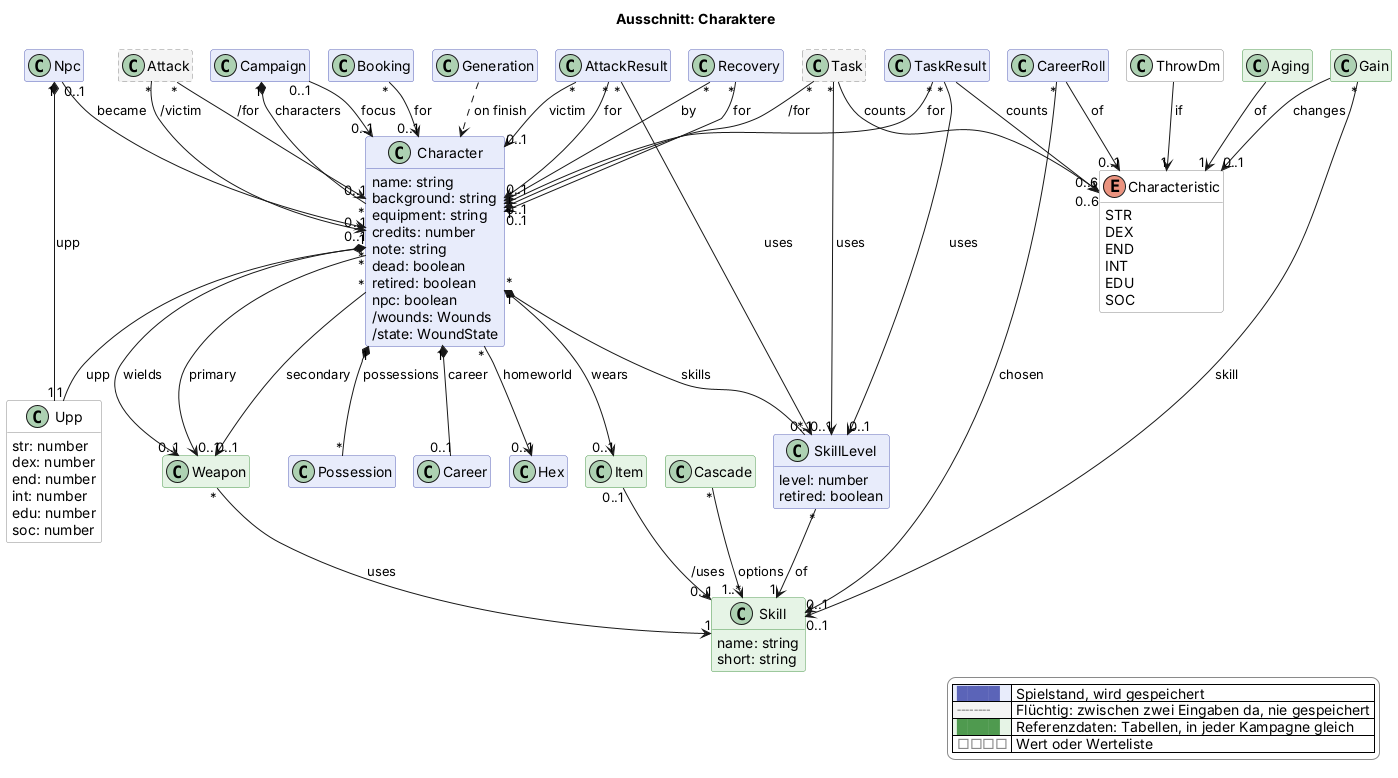
Before: docs/views/charakter.png, a diagram exported from PlantUML (scuzzar/SRE). Source of this version:
```plantuml
@startuml
!if %not(%variable_exists("$change"))
!$change = "*"
!endif
!function $marked($c)
!return $change == "*" || $change == $c
!endfunction
!function $new($c, $t)
!if $marked($c)
!return "<color:#d0021b><b>" + $t + "</b></color>"
!endif
!return $t
!endfunction
!procedure $gone($c, $t)
!if $marked($c)
<color:#d0021b><s>$t</s></color>
!endif
!endprocedure
!function $newClass($c)
!if $marked($c)
!return "#line:d0021b;line.bold"
!endif
!return ""
!endfunction
!function $newArrow($c)
!if $marked($c)
!return "[#d0021b,bold]"
!endif
!return ""
!endfunction
!pragma layout smetana
title Ausschnitt: Charaktere
hide empty members
hide methods
skinparam classAttributeIconSize 0
skinparam shadowing false
skinparam packageStyle rectangle
skinparam class {
  BackgroundColor #e8ecfb
  BorderColor #5b64b8
  BackgroundColor<<transient>> #f4f4f4
  BorderColor<<transient>> #8a8a8a
  BackgroundColor<<reference>> #e6f4e6
  BorderColor<<reference>> #4f9a4f
  BackgroundColor<<value>> #ffffff
  BorderColor<<value>> #8a8a8a
}
skinparam legendBackgroundColor #ffffff
skinparam legendBorderColor #8a8a8a
<style>
classDiagram {
  class {
    .transient {
      LineStyle 5-3
    }
  }
}
</style>
hide <<transient>> stereotype
hide <<reference>> stereotype
hide <<value>> stereotype

  class Campaign $kampagne
  class Booking $shop
  class Character $charakter {
    name: string
    background: string
    equipment: string
    credits: number
    note: string
    dead: boolean
    retired: boolean
    npc: boolean
    /wounds: Wounds
    /state: WoundState
  }
  class Upp <<value>> $charakter {
    str: number
    dex: number
    end: number
    int: number
    edu: number
    soc: number
  }
  class SkillLevel $charakter {
    level: number
    retired: boolean
  }
  class Possession $shop

  class Generation $erschaffung
  class Career $erschaffung
  class CareerRoll $erschaffung

  class Hex $sektor


  class Task <<transient>> $probe
  class TaskResult $probe
  class Attack <<transient>> $kampf
  class AttackResult $kampf
  class Recovery $kampf
  class Npc $begegnung

  class Skill <<reference>> $charakter {
    name: string
    short: string
  }
  class ThrowDm <<value>> $erschaffung
  class Gain <<reference>> $erschaffung
  class Item <<reference>> $shop
  class Weapon <<reference>> $kampf
  class Cascade <<reference>> $erschaffung
  class Aging <<reference>> $erschaffung
  enum Characteristic <<value>> $charakter {
    STR
    DEX
    END
    INT
    EDU
    SOC
  }

Campaign "1" *-- "*" Character : characters
Campaign "0..1" --> "0..1" Character : focus
Booking "*" --> "0..1" Character : for

Generation ..> Character : on finish
Character "1" *-- "0..1" Career : career
Character "*" --> "0..1" Hex : homeworld
CareerRoll --> "0..1" Characteristic : of
CareerRoll "*" --> "0..1" Skill : chosen

ThrowDm --> "1" Characteristic : if
Gain "*" --> "0..1" Skill : skill
Gain --> "0..1" Characteristic : changes
Cascade "*" --> "1..*" Skill : options
Aging --> "1" Characteristic : of


Character "1" *-- "1" Upp : upp
Character "1" *-- "*" SkillLevel : skills
SkillLevel "*" --> "1" Skill : of
Character "1" *-- "*" Possession : possessions
Item "0..1" --> "0..1" Skill : /uses
Character "*" --> "0..1" Weapon : wields
Character "*" --> "0..1" Weapon : primary
Character "*" --> "0..1" Weapon : secondary

Weapon "*" --> "1" Skill : uses

Recovery "*" --> "0..1" Character : for
Recovery "*" --> "0..1" Character : by
TaskResult "*" --> "1" Character : for
TaskResult "*" --> "0..1" SkillLevel : uses
TaskResult --> "0..6" Characteristic : counts

Task "*" --> "1" Character : /for
Task "*" --> "0..1" SkillLevel : uses
Task --> "0..6" Characteristic : counts

Attack "*" --> "0..1" Character : /for
Attack "*" --> "0..1" Character : /victim
AttackResult "*" --> "0..1" Character : for
AttackResult "*" --> "0..1" Character : victim
AttackResult "*" --> "0..1" SkillLevel : uses

Npc "1" *-- "1" Upp : upp
Npc "0..1" --> "0..1" Character : became
Character "*" --> "0..1" Item : wears



legend right
  |<#e8ecfb> <color:#5b64b8>████</color> | Spielstand, wird gespeichert |
  |<#f4f4f4> <color:#8a8a8a>╌╌╌╌</color> | Flüchtig: zwischen zwei Eingaben da, nie gespeichert |
  |<#e6f4e6> <color:#4f9a4f>████</color> | Referenzdaten: Tabellen, in jeder Kampagne gleich |
  |<#ffffff> <color:#8a8a8a>□□□□</color> | Wert oder Werteliste |
endlegend
@enduml
```
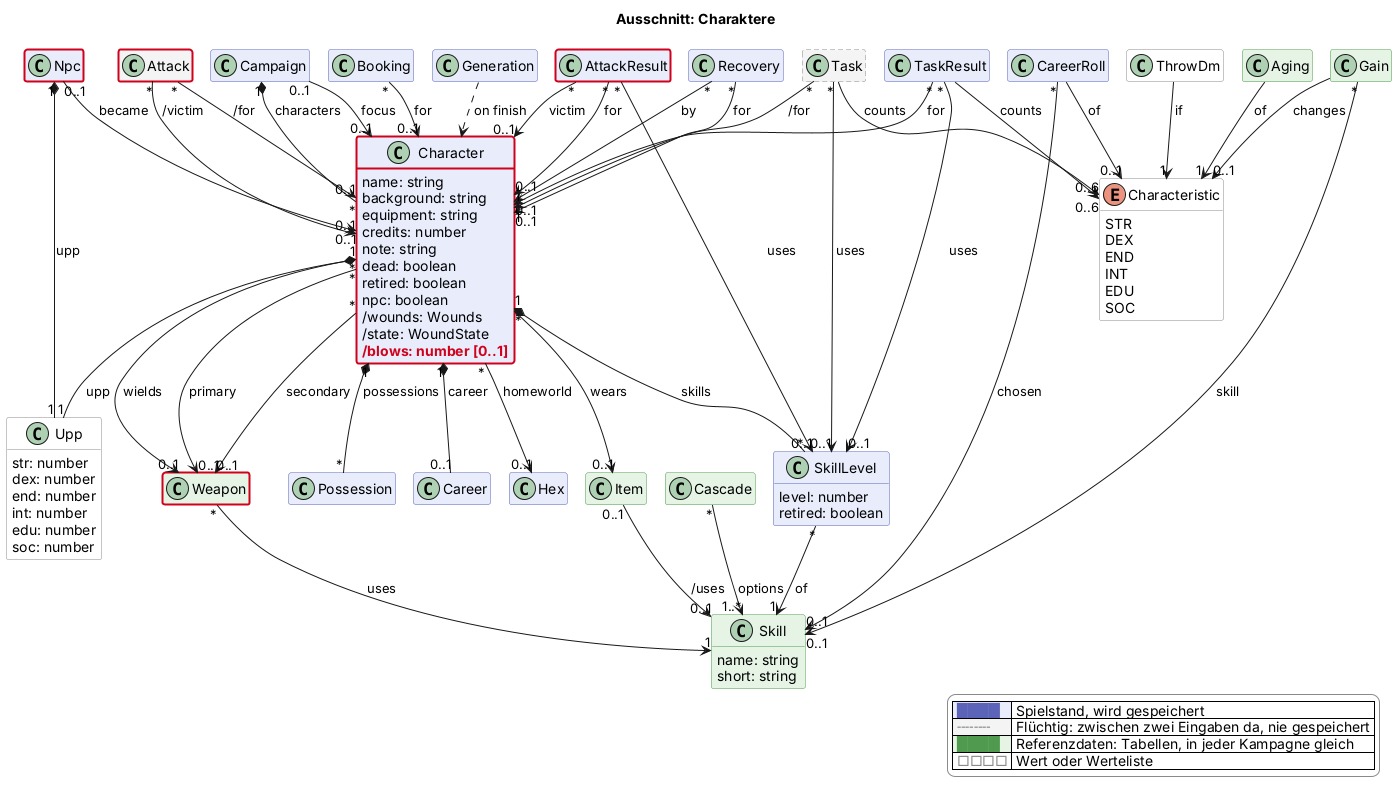
The same file after the commit.

The edit, as a diff of the source:
```diff
@@ -73,6 +73,7 @@
     npc: boolean
     /wounds: Wounds
     /state: WoundState
+    $new("2026-11-07d", "/blows: number [0..1]")
   }
   class Upp <<value>> $charakter {
     str: number
@@ -177,4 +178,9 @@
   |<#e6f4e6> <color:#4f9a4f>████</color> | Referenzdaten: Tabellen, in jeder Kampagne gleich |
   |<#ffffff> <color:#8a8a8a>□□□□</color> | Wert oder Werteliste |
 endlegend
+class Character #line:d0021b;line.bold
+class Attack #line:d0021b;line.bold
+class AttackResult #line:d0021b;line.bold
+class Npc #line:d0021b;line.bold
+class Weapon #line:d0021b;line.bold
 @enduml
```
